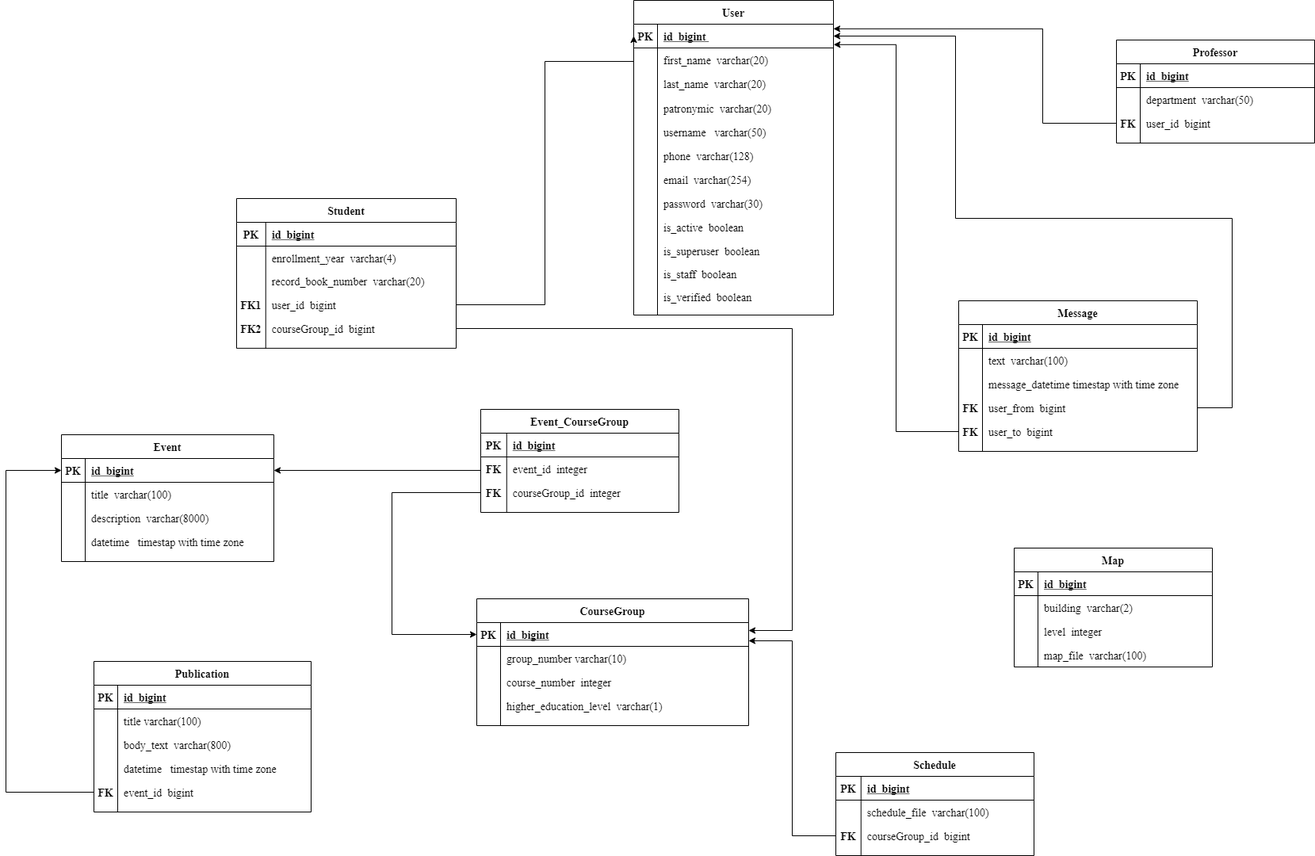
This is diagrams/Физическая модель базы данных/Physical database model.png from NerdSmith/MyCSF_App, a draw.io export, as it was before one commit. Source tidied: cells renumbered, new cells last; positions are measured from the earlier drawing's top-left corner, leaving out a move shared by most shapes.
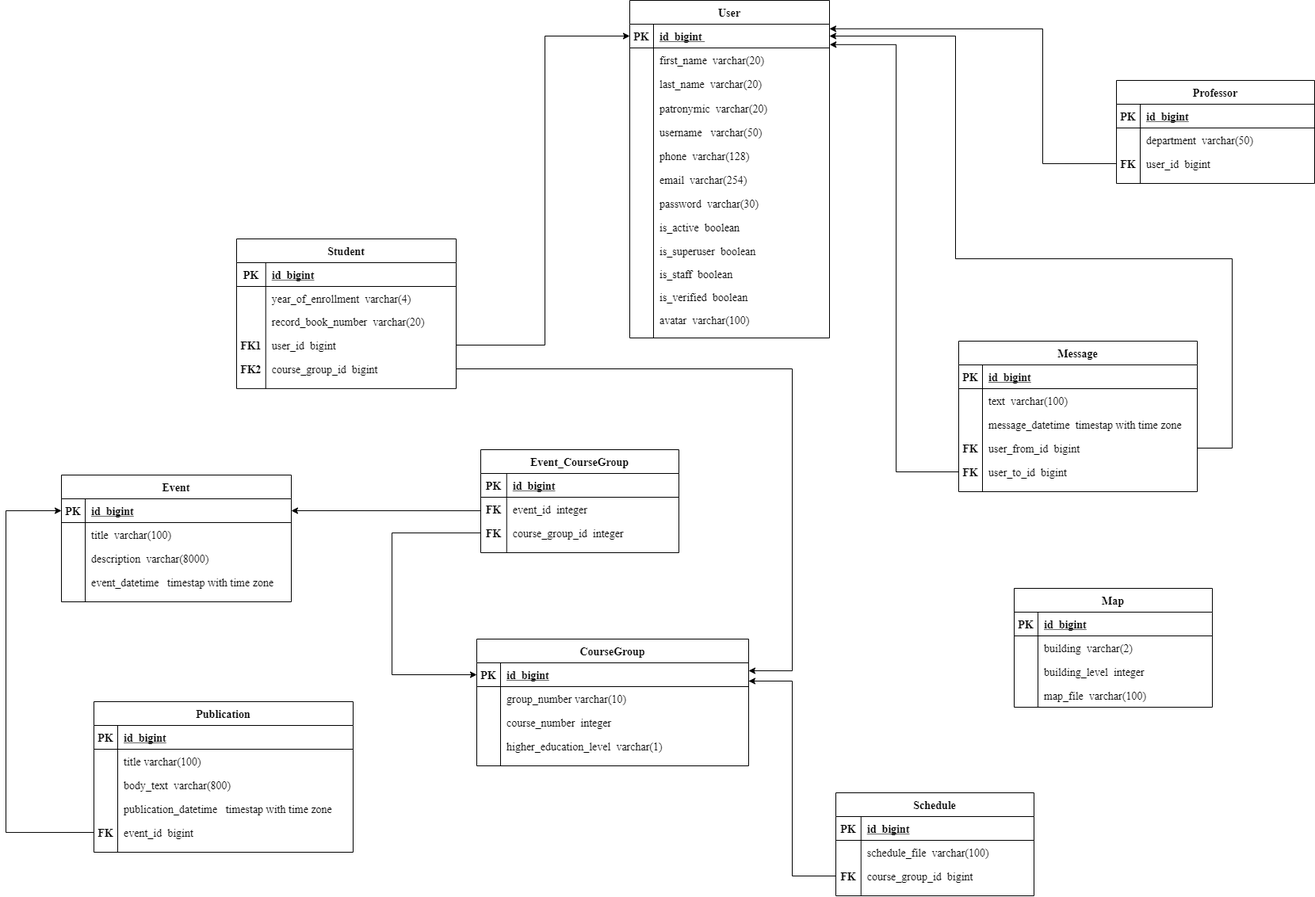
Later version of the same file.

Commit message:
fix er, physical, class, sequence, state, useCase

What changed in the source:
```diff
@@ -5,3 +5,3 @@
     <mxCell id="2" value="User" style="shape=table;startSize=30;rowLines=0;fontStyle=1;align=center;fontSize=14;fontFamily=Times New Roman;" parent="1" vertex="1">
-      <mxGeometry x="792" width="252" height="397" as="geometry" />
+      <mxGeometry x="787" y="-51" width="252" height="426" as="geometry" />
     </mxCell>
@@ -115,2 +115,11 @@
     </mxCell>
+    <mxCell id="165" style="shape=partialRectangle;fillColor=none;top=0;left=0;right=0;bottom=0;fontSize=14;fontFamily=Times New Roman;" parent="2" vertex="1">
+      <mxGeometry y="388" width="252" height="29" as="geometry" />
+    </mxCell>
+    <mxCell id="166" style="shape=partialRectangle;overflow=hidden;fillColor=none;top=0;left=0;bottom=0;right=0;fontSize=14;fontFamily=Times New Roman;" parent="165" vertex="1">
+      <mxGeometry width="30" height="29" as="geometry" />
+    </mxCell>
+    <mxCell id="167" value="avatar  varchar(100)" style="shape=partialRectangle;overflow=hidden;fillColor=none;top=0;left=0;bottom=0;right=0;align=left;spacingLeft=6;fontSize=14;fontFamily=Times New Roman;" parent="165" vertex="1">
+      <mxGeometry x="30" width="222" height="29" as="geometry" />
+    </mxCell>
     <mxCell id="39" value="Student" style="shape=table;startSize=30;rowLines=0;fontStyle=1;align=center;fontSize=14;fontFamily=Times New Roman;" parent="1" vertex="1">
@@ -133,3 +142,3 @@
     </mxCell>
-    <mxCell id="45" value="enrollment_year  varchar(4)" style="shape=partialRectangle;overflow=hidden;fillColor=none;top=0;left=0;bottom=0;right=0;align=left;spacingLeft=6;fontSize=14;fontFamily=Times New Roman;" parent="43" vertex="1">
+    <mxCell id="45" value="year_of_enrollment  varchar(4)" style="shape=partialRectangle;overflow=hidden;fillColor=none;top=0;left=0;bottom=0;right=0;align=left;spacingLeft=6;fontSize=14;fontFamily=Times New Roman;" parent="43" vertex="1">
       <mxGeometry x="36.8" width="240.2" height="29" as="geometry" />
@@ -160,3 +169,3 @@
     </mxCell>
-    <mxCell id="54" value="courseGroup_id  bigint" style="shape=partialRectangle;overflow=hidden;fillColor=none;top=0;left=0;bottom=0;right=0;align=left;spacingLeft=6;fontSize=14;fontFamily=Times New Roman;fontStyle=0;" parent="52" vertex="1">
+    <mxCell id="54" value="course_group_id  bigint" style="shape=partialRectangle;overflow=hidden;fillColor=none;top=0;left=0;bottom=0;right=0;align=left;spacingLeft=6;fontSize=14;fontFamily=Times New Roman;fontStyle=0;" parent="52" vertex="1">
       <mxGeometry x="36.8" width="240.2" height="30" as="geometry" />
@@ -220,3 +229,3 @@
     </mxCell>
-    <mxCell id="74" value="message_datetime timestap with time zone" style="shape=partialRectangle;overflow=hidden;fillColor=none;top=0;left=0;bottom=0;right=0;align=left;spacingLeft=6;fontSize=14;fontFamily=Times New Roman;" parent="72" vertex="1">
+    <mxCell id="74" value="message_datetime  timestap with time zone" style="shape=partialRectangle;overflow=hidden;fillColor=none;top=0;left=0;bottom=0;right=0;align=left;spacingLeft=6;fontSize=14;fontFamily=Times New Roman;" parent="72" vertex="1">
       <mxGeometry x="30" width="271" height="30" as="geometry" />
@@ -229,3 +238,3 @@
     </mxCell>
-    <mxCell id="77" value="user_from  bigint" style="shape=partialRectangle;overflow=hidden;fillColor=none;top=0;left=0;bottom=0;right=0;align=left;spacingLeft=6;fontSize=14;fontFamily=Times New Roman;" parent="75" vertex="1">
+    <mxCell id="77" value="user_from_id  bigint" style="shape=partialRectangle;overflow=hidden;fillColor=none;top=0;left=0;bottom=0;right=0;align=left;spacingLeft=6;fontSize=14;fontFamily=Times New Roman;" parent="75" vertex="1">
       <mxGeometry x="30" width="271" height="30" as="geometry" />
@@ -238,3 +247,3 @@
     </mxCell>
-    <mxCell id="80" value="user_to  bigint" style="shape=partialRectangle;overflow=hidden;fillColor=none;top=0;left=0;bottom=0;right=0;align=left;spacingLeft=6;fontSize=14;fontFamily=Times New Roman;" parent="78" vertex="1">
+    <mxCell id="80" value="user_to_id  bigint" style="shape=partialRectangle;overflow=hidden;fillColor=none;top=0;left=0;bottom=0;right=0;align=left;spacingLeft=6;fontSize=14;fontFamily=Times New Roman;" parent="78" vertex="1">
       <mxGeometry x="30" width="271" height="30" as="geometry" />
@@ -242,6 +251,6 @@
     <mxCell id="81" value="Event" style="shape=table;startSize=30;rowLines=0;fontStyle=1;align=center;fontSize=14;fontFamily=Times New Roman;" parent="1" vertex="1">
-      <mxGeometry x="70" y="548" width="268" height="160" as="geometry" />
+      <mxGeometry x="70" y="548" width="290" height="160" as="geometry" />
     </mxCell>
     <mxCell id="82" style="shape=partialRectangle;fillColor=none;points=[[0,0.5],[1,0.5]];portConstraint=eastwest;top=0;left=0;right=0;bottom=1;fontSize=14;fontFamily=Times New Roman;" parent="81" vertex="1">
-      <mxGeometry y="30" width="268" height="30" as="geometry" />
+      <mxGeometry y="30" width="290" height="30" as="geometry" />
     </mxCell>
@@ -251,6 +260,6 @@
     <mxCell id="84" value="id  bigint" style="shape=partialRectangle;overflow=hidden;fillColor=none;top=0;left=0;bottom=0;right=0;align=left;spacingLeft=6;fontStyle=5;fontSize=14;fontFamily=Times New Roman;" parent="82" vertex="1">
-      <mxGeometry x="30" width="238" height="30" as="geometry" />
+      <mxGeometry x="30" width="260" height="30" as="geometry" />
     </mxCell>
     <mxCell id="85" style="shape=partialRectangle;fillColor=none;top=0;left=0;right=0;bottom=0;fontSize=14;fontFamily=Times New Roman;" parent="81" vertex="1">
-      <mxGeometry y="60" width="268" height="30" as="geometry" />
+      <mxGeometry y="60" width="290" height="30" as="geometry" />
     </mxCell>
@@ -260,6 +269,6 @@
     <mxCell id="87" value="title  varchar(100) " style="shape=partialRectangle;overflow=hidden;fillColor=none;top=0;left=0;bottom=0;right=0;align=left;spacingLeft=6;fontSize=14;fontFamily=Times New Roman;" parent="85" vertex="1">
-      <mxGeometry x="30" width="238" height="30" as="geometry" />
+      <mxGeometry x="30" width="260" height="30" as="geometry" />
     </mxCell>
     <mxCell id="88" style="shape=partialRectangle;fillColor=none;top=0;left=0;right=0;bottom=0;fontSize=14;fontFamily=Times New Roman;" parent="81" vertex="1">
-      <mxGeometry y="90" width="268" height="30" as="geometry" />
+      <mxGeometry y="90" width="290" height="30" as="geometry" />
     </mxCell>
@@ -269,6 +278,6 @@
     <mxCell id="90" value="description  varchar(8000) " style="shape=partialRectangle;overflow=hidden;fillColor=none;top=0;left=0;bottom=0;right=0;align=left;spacingLeft=6;fontSize=14;fontFamily=Times New Roman;" parent="88" vertex="1">
-      <mxGeometry x="30" width="238" height="30" as="geometry" />
+      <mxGeometry x="30" width="260" height="30" as="geometry" />
     </mxCell>
     <mxCell id="91" style="shape=partialRectangle;fillColor=none;top=0;left=0;right=0;bottom=0;fontSize=14;fontFamily=Times New Roman;" parent="81" vertex="1">
-      <mxGeometry y="120" width="268" height="30" as="geometry" />
+      <mxGeometry y="120" width="290" height="30" as="geometry" />
     </mxCell>
@@ -277,4 +286,4 @@
     </mxCell>
-    <mxCell id="93" value="datetime   timestap with time zone" style="shape=partialRectangle;overflow=hidden;fillColor=none;top=0;left=0;bottom=0;right=0;align=left;spacingLeft=6;fontSize=14;fontFamily=Times New Roman;" parent="91" vertex="1">
-      <mxGeometry x="30" width="238" height="30" as="geometry" />
+    <mxCell id="93" value="event_datetime   timestap with time zone" style="shape=partialRectangle;overflow=hidden;fillColor=none;top=0;left=0;bottom=0;right=0;align=left;spacingLeft=6;fontSize=14;fontFamily=Times New Roman;" parent="91" vertex="1">
+      <mxGeometry x="30" width="260" height="30" as="geometry" />
     </mxCell>
@@ -289,6 +298,6 @@
     <mxCell id="95" value="Publication" style="shape=table;startSize=30;rowLines=0;fontStyle=1;align=center;fontSize=14;fontFamily=Times New Roman;" parent="1" vertex="1">
-      <mxGeometry x="111" y="834" width="274" height="190" as="geometry" />
+      <mxGeometry x="111" y="834" width="327" height="190" as="geometry" />
     </mxCell>
     <mxCell id="96" style="shape=partialRectangle;fillColor=none;top=0;left=0;right=0;bottom=1;fontSize=14;fontFamily=Times New Roman;" parent="95" vertex="1">
-      <mxGeometry y="30" width="274" height="30" as="geometry" />
+      <mxGeometry y="30" width="327" height="30" as="geometry" />
     </mxCell>
@@ -298,6 +307,6 @@
     <mxCell id="98" value="id  bigint" style="shape=partialRectangle;overflow=hidden;fillColor=none;top=0;left=0;bottom=0;right=0;align=left;spacingLeft=6;fontStyle=5;fontSize=14;fontFamily=Times New Roman;" parent="96" vertex="1">
-      <mxGeometry x="30" width="244" height="30" as="geometry" />
+      <mxGeometry x="30" width="297" height="30" as="geometry" />
     </mxCell>
     <mxCell id="99" style="shape=partialRectangle;fillColor=none;top=0;left=0;right=0;bottom=0;fontSize=14;fontFamily=Times New Roman;" parent="95" vertex="1">
-      <mxGeometry y="60" width="274" height="30" as="geometry" />
+      <mxGeometry y="60" width="327" height="30" as="geometry" />
     </mxCell>
@@ -307,6 +316,6 @@
     <mxCell id="101" value="title varchar(100)" style="shape=partialRectangle;overflow=hidden;fillColor=none;top=0;left=0;bottom=0;right=0;align=left;spacingLeft=6;fontSize=14;fontFamily=Times New Roman;" parent="99" vertex="1">
-      <mxGeometry x="30" width="244" height="30" as="geometry" />
+      <mxGeometry x="30" width="297" height="30" as="geometry" />
     </mxCell>
     <mxCell id="102" style="shape=partialRectangle;fillColor=none;top=0;left=0;right=0;bottom=0;fontSize=14;fontFamily=Times New Roman;" parent="95" vertex="1">
-      <mxGeometry y="90" width="274" height="30" as="geometry" />
+      <mxGeometry y="90" width="327" height="30" as="geometry" />
     </mxCell>
@@ -316,6 +325,6 @@
     <mxCell id="104" value="body_text  varchar(800)" style="shape=partialRectangle;overflow=hidden;fillColor=none;top=0;left=0;bottom=0;right=0;align=left;spacingLeft=6;fontSize=14;fontFamily=Times New Roman;" parent="102" vertex="1">
-      <mxGeometry x="30" width="244" height="30" as="geometry" />
+      <mxGeometry x="30" width="297" height="30" as="geometry" />
     </mxCell>
     <mxCell id="105" style="shape=partialRectangle;fillColor=none;top=0;left=0;right=0;bottom=0;fontSize=14;fontFamily=Times New Roman;" parent="95" vertex="1">
-      <mxGeometry y="120" width="274" height="30" as="geometry" />
+      <mxGeometry y="120" width="327" height="30" as="geometry" />
     </mxCell>
@@ -324,7 +333,7 @@
     </mxCell>
-    <mxCell id="107" value="datetime   timestap with time zone" style="shape=partialRectangle;overflow=hidden;fillColor=none;top=0;left=0;bottom=0;right=0;align=left;spacingLeft=6;fontSize=14;fontFamily=Times New Roman;" parent="105" vertex="1">
-      <mxGeometry x="30" width="244" height="30" as="geometry" />
+    <mxCell id="107" value="publication_datetime   timestap with time zone" style="shape=partialRectangle;overflow=hidden;fillColor=none;top=0;left=0;bottom=0;right=0;align=left;spacingLeft=6;fontSize=14;fontFamily=Times New Roman;" parent="105" vertex="1">
+      <mxGeometry x="30" width="297" height="30" as="geometry" />
     </mxCell>
     <mxCell id="108" style="shape=partialRectangle;fillColor=none;points=[[0,0.5],[1,0.5]];portConstraint=eastwest;top=0;left=0;right=0;bottom=0;fontSize=14;fontFamily=Times New Roman;" parent="95" vertex="1">
-      <mxGeometry y="150" width="274" height="30" as="geometry" />
+      <mxGeometry y="150" width="327" height="30" as="geometry" />
     </mxCell>
@@ -334,3 +343,3 @@
     <mxCell id="110" value="event_id  bigint" style="shape=partialRectangle;overflow=hidden;fillColor=none;top=0;left=0;bottom=0;right=0;align=left;spacingLeft=6;fontSize=14;fontFamily=Times New Roman;" parent="108" vertex="1">
-      <mxGeometry x="30" width="244" height="30" as="geometry" />
+      <mxGeometry x="30" width="297" height="30" as="geometry" />
     </mxCell>
@@ -412,3 +421,3 @@
     </mxCell>
-    <mxCell id="134" value="courseGroup_id  bigint" style="shape=partialRectangle;overflow=hidden;fillColor=none;top=0;left=0;bottom=0;right=0;align=left;spacingLeft=6;fontSize=14;fontFamily=Times New Roman;" parent="132" vertex="1">
+    <mxCell id="134" value="course_group_id  bigint" style="shape=partialRectangle;overflow=hidden;fillColor=none;top=0;left=0;bottom=0;right=0;align=left;spacingLeft=6;fontSize=14;fontFamily=Times New Roman;" parent="132" vertex="1">
       <mxGeometry x="31.8" width="218.2" height="30" as="geometry" />
@@ -442,3 +451,3 @@
     </mxCell>
-    <mxCell id="144" value="level  integer" style="shape=partialRectangle;overflow=hidden;fillColor=none;top=0;left=0;bottom=0;right=0;align=left;spacingLeft=6;fontSize=14;fontFamily=Times New Roman;" parent="142" vertex="1">
+    <mxCell id="144" value="building_level  integer" style="shape=partialRectangle;overflow=hidden;fillColor=none;top=0;left=0;bottom=0;right=0;align=left;spacingLeft=6;fontSize=14;fontFamily=Times New Roman;" parent="142" vertex="1">
       <mxGeometry x="30" width="220" height="30" as="geometry" />
@@ -488,3 +497,3 @@
     </mxCell>
-    <mxCell id="158" value="courseGroup_id  integer" style="shape=partialRectangle;overflow=hidden;fillColor=none;top=0;left=0;bottom=0;right=0;align=left;spacingLeft=6;fontSize=14;fontFamily=Times New Roman;" parent="156" vertex="1">
+    <mxCell id="158" value="course_group_id  integer" style="shape=partialRectangle;overflow=hidden;fillColor=none;top=0;left=0;bottom=0;right=0;align=left;spacingLeft=6;fontSize=14;fontFamily=Times New Roman;" parent="156" vertex="1">
       <mxGeometry x="32.8" width="217.2" height="30" as="geometry" />
@@ -495,3 +504,3 @@
           <mxPoint x="680" y="384" />
-          <mxPoint x="680" y="77" />
+          <mxPoint x="680" y="-6" />
         </Array>
@@ -503,3 +512,3 @@
           <mxPoint x="1308" y="155" />
-          <mxPoint x="1308" y="36" />
+          <mxPoint x="1308" y="-15" />
         </Array>
@@ -528,3 +537,3 @@
           <mxPoint x="1123" y="544" />
-          <mxPoint x="1123" y="56" />
+          <mxPoint x="1123" y="5" />
         </Array>
@@ -538,3 +547,3 @@
           <mxPoint x="1198" y="275" />
-          <mxPoint x="1198" y="45" />
+          <mxPoint x="1198" y="-6" />
         </Array>
```
